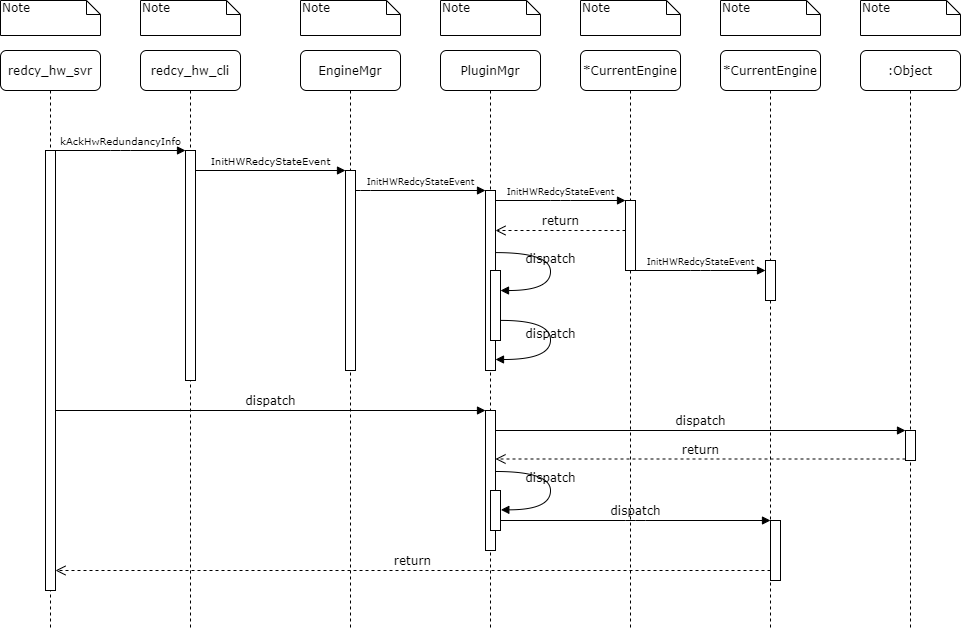
This is UML/StartRedundancy.png from Steve888888/FN-Redundancy, a draw.io export, as it was before one commit. Source tidied: cells renumbered, new cells last; positions are measured from the earlier drawing's top-left corner, leaving out a move shared by most shapes.
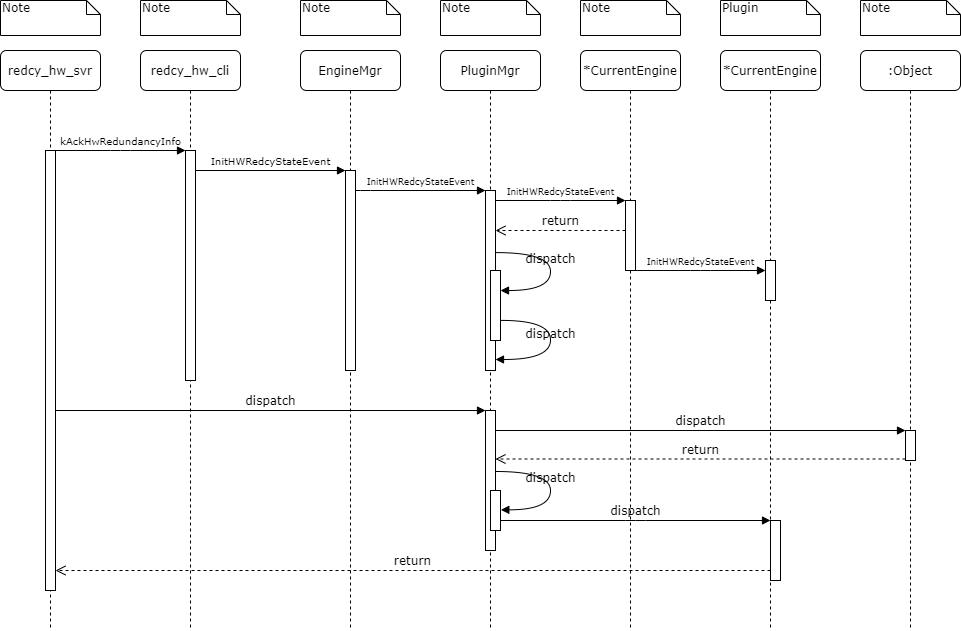
After the change.

Change to the diagram source:
```diff
@@ -141,7 +141,7 @@
     <mxCell id="37" value="Note" style="shape=note;whiteSpace=wrap;html=1;size=14;verticalAlign=top;align=left;spacingTop=-6;rounded=0;shadow=0;comic=0;labelBackgroundColor=none;strokeWidth=1;fontFamily=Verdana;fontSize=12;" parent="1" vertex="1">
       <mxGeometry x="580" width="100" height="35" as="geometry" />
     </mxCell>
-    <mxCell id="38" value="Note" style="shape=note;whiteSpace=wrap;html=1;size=14;verticalAlign=top;align=left;spacingTop=-6;rounded=0;shadow=0;comic=0;labelBackgroundColor=none;strokeWidth=1;fontFamily=Verdana;fontSize=12;" parent="1" vertex="1">
+    <mxCell id="38" value="Plugin" style="shape=note;whiteSpace=wrap;html=1;size=14;verticalAlign=top;align=left;spacingTop=-6;rounded=0;shadow=0;comic=0;labelBackgroundColor=none;strokeWidth=1;fontFamily=Verdana;fontSize=12;" parent="1" vertex="1">
       <mxGeometry x="720" width="100" height="35" as="geometry" />
     </mxCell>
     <mxCell id="39" value="Note" style="shape=note;whiteSpace=wrap;html=1;size=14;verticalAlign=top;align=left;spacingTop=-6;rounded=0;shadow=0;comic=0;labelBackgroundColor=none;strokeWidth=1;fontFamily=Verdana;fontSize=12;" parent="1" vertex="1">
```
